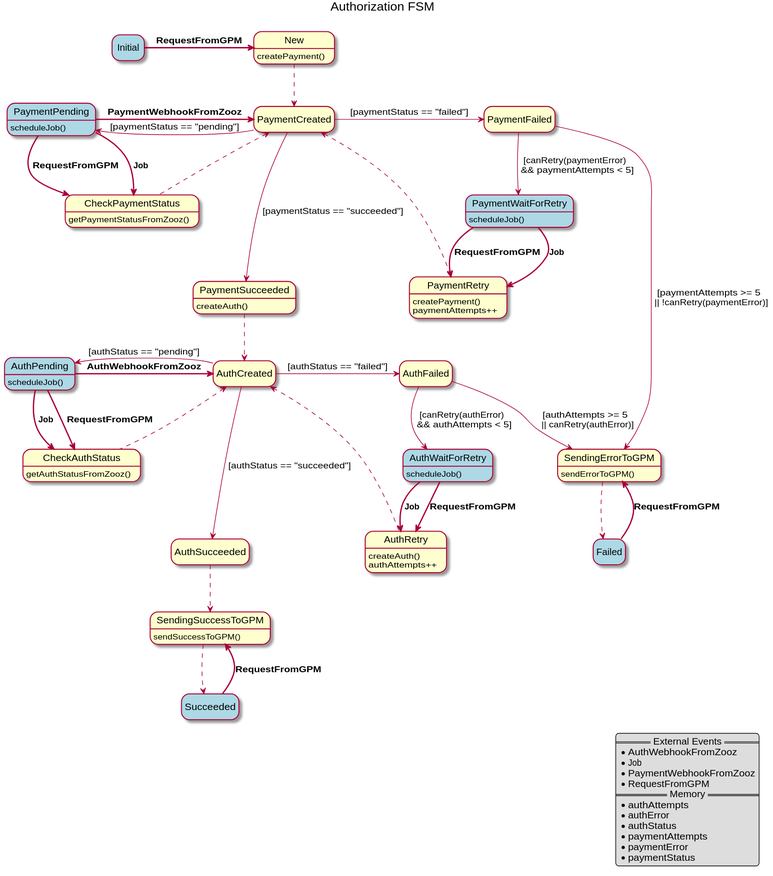
Above: auth_fsm.svg in maratori/fsm (PlantUML), before the change. The source it was exported from:
```plantuml
@startuml
hide empty description

title Authorization FSM\n

legend right
  == External Events ==
  * AuthWebhookFromZooz
  * Job
  * PaymentWebhookFromZooz
  * RequestFromGPM
  == Memory ==
  * authAttempts
  * authError
  * authStatus
  * paymentAttempts
  * paymentError
  * paymentStatus
end legend

skinparam StateBackgroundColor<<Permanent>> LightBlue

state Initial             <<Permanent>>
state New                               : createPayment()
state PaymentCreated
state PaymentSucceeded                  : createAuth()
state PaymentPending      <<Permanent>> : scheduleJob()
state PaymentFailed
state PaymentWaitForRetry <<Permanent>> : scheduleJob()
state CheckPaymentStatus                : getPaymentStatusFromZooz()
state PaymentRetry                      : createPayment() \npaymentAttempts++
state AuthCreated
state AuthSucceeded
state AuthPending         <<Permanent>> : scheduleJob()
state AuthFailed
state AuthWaitForRetry    <<Permanent>> : scheduleJob()
state CheckAuthStatus                   : getAuthStatusFromZooz()
state AuthRetry                         : createAuth() \nauthAttempts++
state SendingSuccessToGPM               : sendSuccessToGPM()
state Succeeded           <<Permanent>>
state SendingErrorToGPM                 : sendErrorToGPM()
state Failed              <<Permanent>>


Initial             -right[bold]->   New                 : **RequestFromGPM**
New                 -[dashed]->      PaymentCreated

PaymentCreated      -left->          PaymentPending      : [paymentStatus == "pending"]
PaymentCreated      -left[hidden]->  PaymentPending      : xxxxxxxxxxxxxxxxxxxxxxxxxxxx
PaymentPending      -[bold]->        CheckPaymentStatus  : **Job**
PaymentPending      -[bold]->        CheckPaymentStatus  : **RequestFromGPM**
PaymentPending      -right[bold]->   PaymentCreated      : **PaymentWebhookFromZooz**
CheckPaymentStatus  -up[dashed]->    PaymentCreated

PaymentCreated      -right->         PaymentFailed       : [paymentStatus == "failed"]
PaymentFailed       -->              PaymentWaitForRetry : [canRetry(paymentError) \n && paymentAttempts < 5]
PaymentWaitForRetry -[bold]->        PaymentRetry        : **Job**
PaymentWaitForRetry -[bold]->        PaymentRetry        : **RequestFromGPM**
PaymentRetry        -up[dashed]->    PaymentCreated

PaymentFailed       -->              SendingErrorToGPM   : [paymentAttempts >= 5 \n || !canRetry(paymentError)]

PaymentCreated      --->             PaymentSucceeded    : [paymentStatus == "succeeded"]
PaymentSucceeded    -[dashed]->      AuthCreated

AuthCreated         -left->          AuthPending         : [authStatus == "pending"]
AuthCreated         -left[hidden]->  AuthPending         : xxxxxxxxxxxxxxxxxxxxxxxxx
AuthPending         -[bold]->        CheckAuthStatus     : **Job**
AuthPending         -[bold]->        CheckAuthStatus     : **RequestFromGPM**
AuthPending         -right[bold]->   AuthCreated         : **AuthWebhookFromZooz**
CheckAuthStatus     -up[dashed]->    AuthCreated

AuthCreated         -right->         AuthFailed          : [authStatus == "failed"]
AuthFailed          -->              AuthWaitForRetry    : [canRetry(authError) \n && authAttempts < 5]
AuthWaitForRetry    -[bold]->        AuthRetry           : **Job**
AuthWaitForRetry    -[bold]->        AuthRetry           : **RequestFromGPM**
AuthRetry           -up[dashed]->    AuthCreated

AuthCreated         --->             AuthSucceeded       : [authStatus == "succeeded"]
AuthSucceeded       -[dashed]->      SendingSuccessToGPM
SendingSuccessToGPM -[dashed]->      Succeeded
SendingSuccessToGPM -[hidden]->      Succeeded
Succeeded           -[bold]->        SendingSuccessToGPM : **RequestFromGPM**

AuthFailed          -->              SendingErrorToGPM   : [authAttempts >= 5 \n || canRetry(authError)]
SendingErrorToGPM   -[dashed]->      Failed
SendingErrorToGPM   -[hidden]->      Failed
Failed              -[bold]->        SendingErrorToGPM   : **RequestFromGPM**


@enduml
```
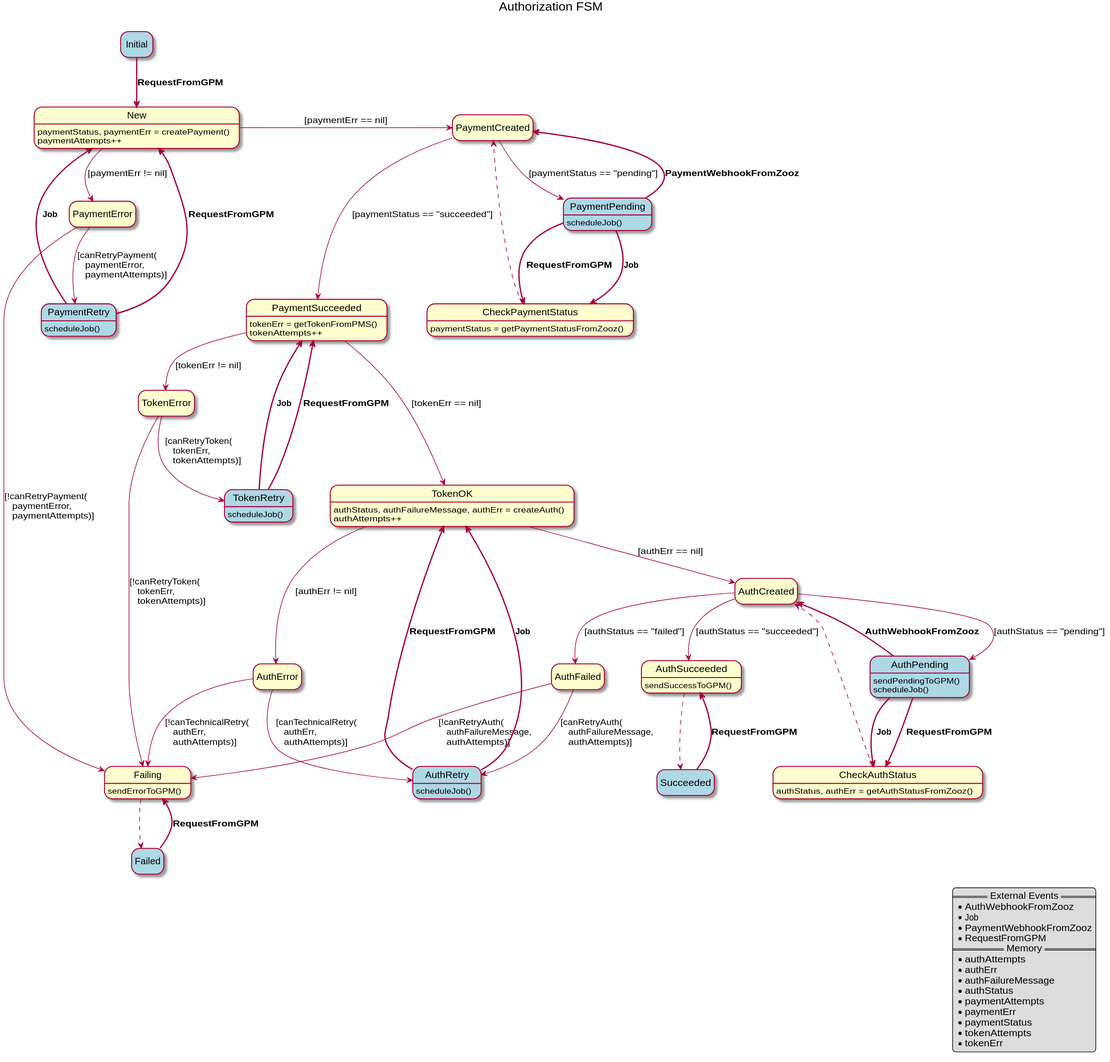
The same file after the commit.

The edit, as a diff of the source:
```diff
@@ -11,81 +11,81 @@
   * RequestFromGPM
   == Memory ==
   * authAttempts
-  * authError
+  * authErr
+  * authFailureMessage
   * authStatus
   * paymentAttempts
-  * paymentError
+  * paymentErr
   * paymentStatus
+  * tokenAttempts
+  * tokenErr
 end legend
 
 skinparam StateBackgroundColor<<Permanent>> LightBlue
 
-state Initial             <<Permanent>>
-state New                               : createPayment()
+state Initial            <<Permanent>>
+state New                              : paymentStatus, paymentErr = createPayment()\npaymentAttempts++
 state PaymentCreated
-state PaymentSucceeded                  : createAuth()
-state PaymentPending      <<Permanent>> : scheduleJob()
-state PaymentFailed
-state PaymentWaitForRetry <<Permanent>> : scheduleJob()
-state CheckPaymentStatus                : getPaymentStatusFromZooz()
-state PaymentRetry                      : createPayment() \npaymentAttempts++
+state PaymentSucceeded                 : tokenErr = getTokenFromPMS()\ntokenAttempts++
+state TokenOK                          : authStatus, authFailureMessage, authErr = createAuth()\nauthAttempts++
 state AuthCreated
-state AuthSucceeded
-state AuthPending         <<Permanent>> : scheduleJob()
+state AuthSucceeded                    : sendSuccessToGPM()
+state Succeeded          <<Permanent>>
+state AuthError
 state AuthFailed
-state AuthWaitForRetry    <<Permanent>> : scheduleJob()
-state CheckAuthStatus                   : getAuthStatusFromZooz()
-state AuthRetry                         : createAuth() \nauthAttempts++
-state SendingSuccessToGPM               : sendSuccessToGPM()
-state Succeeded           <<Permanent>>
-state SendingErrorToGPM                 : sendErrorToGPM()
-state Failed              <<Permanent>>
+state AuthPending        <<Permanent>> : sendPendingToGPM()\nscheduleJob()
+state AuthRetry          <<Permanent>> : scheduleJob()
+state CheckAuthStatus                  : authStatus, authErr = getAuthStatusFromZooz()
+state CheckPaymentStatus               : paymentStatus = getPaymentStatusFromZooz()
+state Failed             <<Permanent>>
+state Failing                          : sendErrorToGPM()
+state PaymentError
+state PaymentPending     <<Permanent>> : scheduleJob()
+state PaymentRetry       <<Permanent>> : scheduleJob()
+state TokenError
+state TokenRetry         <<Permanent>> : scheduleJob()
 
 
-Initial             -right[bold]->   New                 : **RequestFromGPM**
-New                 -[dashed]->      PaymentCreated
+Initial             -[bold]->    New                : **RequestFromGPM**
+New                 ->           PaymentCreated     : [paymentErr == nil]
+PaymentCreated      --->         PaymentSucceeded   : [paymentStatus == "succeeded"]
+PaymentSucceeded    --->         TokenOK            : [tokenErr == nil]
+TokenOK             -->          AuthCreated        : [authErr == nil]
+AuthCreated         -->          AuthSucceeded      : [authStatus == "succeeded"]
+AuthSucceeded       -[dashed]->  Succeeded
+Succeeded           -[bold]->    AuthSucceeded      : **RequestFromGPM**
+Succeeded           -[hidden]->  AuthSucceeded
 
-PaymentCreated      -left->          PaymentPending      : [paymentStatus == "pending"]
-PaymentCreated      -left[hidden]->  PaymentPending      : xxxxxxxxxxxxxxxxxxxxxxxxxxxx
-PaymentPending      -[bold]->        CheckPaymentStatus  : **Job**
-PaymentPending      -[bold]->        CheckPaymentStatus  : **RequestFromGPM**
-PaymentPending      -right[bold]->   PaymentCreated      : **PaymentWebhookFromZooz**
-CheckPaymentStatus  -up[dashed]->    PaymentCreated
-
-PaymentCreated      -right->         PaymentFailed       : [paymentStatus == "failed"]
-PaymentFailed       -->              PaymentWaitForRetry : [canRetry(paymentError) \n && paymentAttempts < 5]
-PaymentWaitForRetry -[bold]->        PaymentRetry        : **Job**
-PaymentWaitForRetry -[bold]->        PaymentRetry        : **RequestFromGPM**
-PaymentRetry        -up[dashed]->    PaymentCreated
-
-PaymentFailed       -->              SendingErrorToGPM   : [paymentAttempts >= 5 \n || !canRetry(paymentError)]
-
-PaymentCreated      --->             PaymentSucceeded    : [paymentStatus == "succeeded"]
-PaymentSucceeded    -[dashed]->      AuthCreated
-
-AuthCreated         -left->          AuthPending         : [authStatus == "pending"]
-AuthCreated         -left[hidden]->  AuthPending         : xxxxxxxxxxxxxxxxxxxxxxxxx
-AuthPending         -[bold]->        CheckAuthStatus     : **Job**
-AuthPending         -[bold]->        CheckAuthStatus     : **RequestFromGPM**
-AuthPending         -right[bold]->   AuthCreated         : **AuthWebhookFromZooz**
-CheckAuthStatus     -up[dashed]->    AuthCreated
-
-AuthCreated         -right->         AuthFailed          : [authStatus == "failed"]
-AuthFailed          -->              AuthWaitForRetry    : [canRetry(authError) \n && authAttempts < 5]
-AuthWaitForRetry    -[bold]->        AuthRetry           : **Job**
-AuthWaitForRetry    -[bold]->        AuthRetry           : **RequestFromGPM**
-AuthRetry           -up[dashed]->    AuthCreated
-
-AuthCreated         --->             AuthSucceeded       : [authStatus == "succeeded"]
-AuthSucceeded       -[dashed]->      SendingSuccessToGPM
-SendingSuccessToGPM -[dashed]->      Succeeded
-SendingSuccessToGPM -[hidden]->      Succeeded
-Succeeded           -[bold]->        SendingSuccessToGPM : **RequestFromGPM**
-
-AuthFailed          -->              SendingErrorToGPM   : [authAttempts >= 5 \n || canRetry(authError)]
-SendingErrorToGPM   -[dashed]->      Failed
-SendingErrorToGPM   -[hidden]->      Failed
-Failed              -[bold]->        SendingErrorToGPM   : **RequestFromGPM**
-
+AuthCreated         -->          AuthFailed         : [authStatus == "failed"]
+AuthCreated         -->          AuthPending        : [authStatus == "pending"]
+AuthError           -->          AuthRetry          : [canTechnicalRetry(\l   authErr,\l   authAttempts)]
+AuthError           -->          Failing            : [!canTechnicalRetry(\l   authErr,\l   authAttempts)]
+AuthFailed          -->          AuthRetry          : [canRetryAuth(\l   authFailureMessage,\l   authAttempts)]
+AuthFailed          -->          Failing            : [!canRetryAuth(\l   authFailureMessage,\l   authAttempts)]
+AuthPending         -[bold]->    AuthCreated        : **AuthWebhookFromZooz**
+AuthPending         -[bold]->    CheckAuthStatus    : **Job**
+AuthPending         -[bold]->    CheckAuthStatus    : **RequestFromGPM**
+AuthRetry           -[bold]->    TokenOK            : **Job**
+AuthRetry           -[bold]->    TokenOK            : **RequestFromGPM**
+CheckAuthStatus     -[dashed]->  AuthCreated
+CheckPaymentStatus  -[dashed]->  PaymentCreated
+Failed              -[bold]->    Failing            : **RequestFromGPM**
+Failed              -[hidden]->  Failing
+Failing             -[dashed]->  Failed
+New                 -->          PaymentError       : [paymentErr != nil]
+PaymentCreated      -->          PaymentPending     : [paymentStatus == "pending"]
+PaymentError        -->          Failing            : [!canRetryPayment(\l   paymentError,\l   paymentAttempts)]
+PaymentError        -->          PaymentRetry       : [canRetryPayment(\l   paymentError,\l   paymentAttempts)]
+PaymentPending      -[bold]->    CheckPaymentStatus : **Job**
+PaymentPending      -[bold]->    CheckPaymentStatus : **RequestFromGPM**
+PaymentPending      -[bold]->    PaymentCreated     : **PaymentWebhookFromZooz**
+PaymentRetry        -[bold]->    New                : **Job**
+PaymentRetry        -[bold]->    New                : **RequestFromGPM**
+PaymentSucceeded    -->          TokenError         : [tokenErr != nil]
+TokenError          -->          Failing            : [!canRetryToken(\l   tokenErr,\l   tokenAttempts)]
+TokenError          -->          TokenRetry         : [canRetryToken(\l   tokenErr,\l   tokenAttempts)]
+TokenOK             -->          AuthError          : [authErr != nil]
+TokenRetry          -[bold]->    PaymentSucceeded   : **Job**
+TokenRetry          -[bold]->    PaymentSucceeded   : **RequestFromGPM**
 
 @enduml
```
